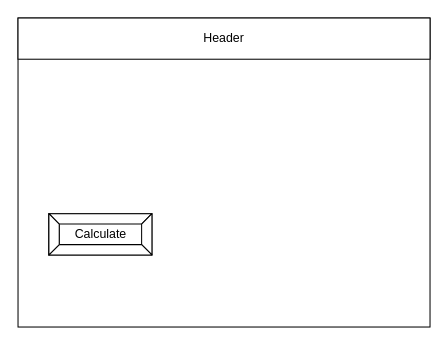
Earlier version of the draw.io diagram design/story-board.drawio (Chloe-Havel/ICS2O-Unit-5-03). Source tidied: cells renumbered, new cells numbered last; positions are measured from the earlier drawing's top-left corner, leaving out a move shared by most shapes. Both pictures are drawn from the tidied source at 103%, with x=0, y=0 at pixel (18, 18).
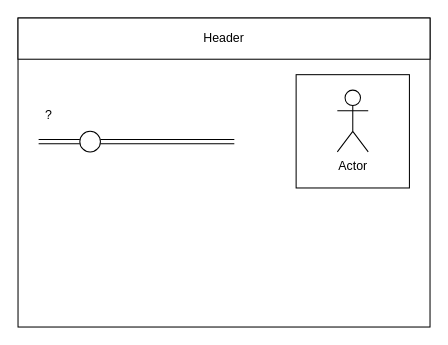
The same page after the edit.

Diff of the diagram source:
```diff
@@
 <mxGraphModel>
   <root>
     <mxCell id="0" />
     <mxCell id="1" parent="0" />
     <mxCell id="2" style="rounded=0;whiteSpace=wrap;html=1;" parent="1" vertex="1">
       <mxGeometry width="400" height="300" as="geometry" />
     </mxCell>
     <mxCell id="3" value="Header" style="rounded=0;whiteSpace=wrap;html=1;" parent="1" vertex="1">
       <mxGeometry width="400" height="40" as="geometry" />
     </mxCell>
-    <mxCell id="4" value="Calculate" style="labelPosition=center;verticalLabelPosition=middle;align=center;html=1;shape=mxgraph.basic.button;dx=10;" parent="1" vertex="1">
-      <mxGeometry x="30" y="190" width="100" height="40" as="geometry" />
-    </mxCell>
+    <mxCell id="5" style="shape=link;html=1;startArrow=none;" parent="1" edge="1" source="6">
+      <mxGeometry relative="1" as="geometry">
+        <mxPoint x="210" y="120" as="targetPoint" />
+      </mxGeometry>
+    </mxCell>
+    <mxCell id="6" style="ellipse;whiteSpace=wrap;html=1;" parent="1" vertex="1">
+      <mxGeometry x="60" y="110" width="20" height="20" as="geometry" />
+    </mxCell>
+    <mxCell id="7" style="shape=link;html=1;endArrow=none;" parent="1" edge="1" target="6">
+      <mxGeometry relative="1" as="geometry">
+        <mxPoint x="20" y="120" as="sourcePoint" />
+      </mxGeometry>
+    </mxCell>
+    <mxCell id="8" value="?" style="text;html=1;strokeColor=none;fillColor=none;align=center;verticalAlign=middle;whiteSpace=wrap;rounded=0;" parent="1" vertex="1">
+      <mxGeometry y="80" width="60" height="30" as="geometry" />
+    </mxCell>
+    <mxCell id="9" style="whiteSpace=wrap;html=1;" parent="1" vertex="1">
+      <mxGeometry x="270" y="55" width="110" height="110" as="geometry" />
+    </mxCell>
+    <mxCell id="10" value="Actor" style="shape=umlActor;verticalLabelPosition=bottom;verticalAlign=top;html=1;" parent="1" vertex="1">
+      <mxGeometry x="310" y="70" width="30" height="60" as="geometry" />
+    </mxCell>
   </root>
 </mxGraphModel>
```
